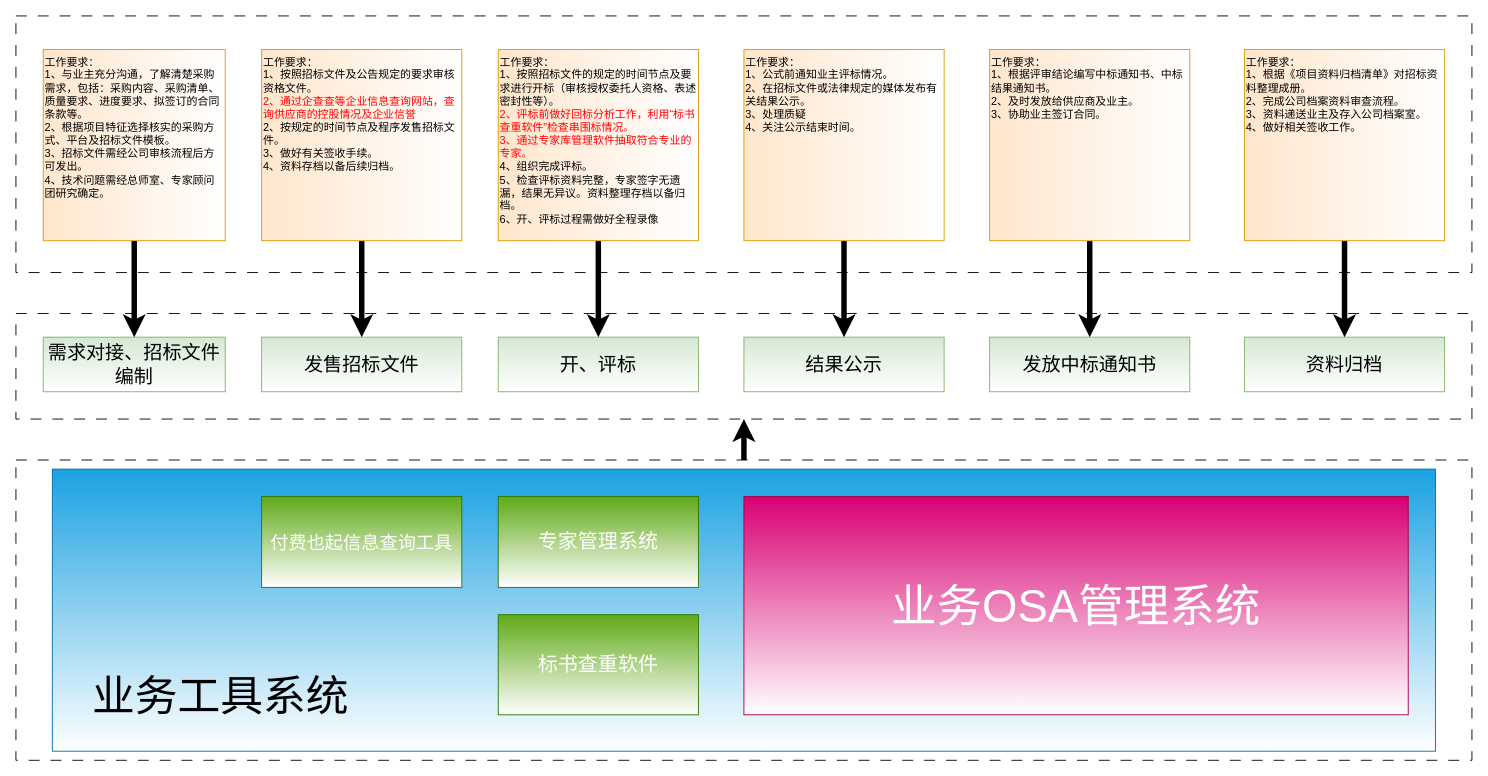
26awen/drawiofiles keeps this draw.io diagram as 控控图.drawio. Above is the earlier version. Source tidied: cells renumbered, new cells numbered last; positions are measured from the earlier drawing's top-left corner, leaving out a move shared by most shapes. Both pictures are drawn from the tidied source at 91%, with x=0, y=0 at pixel (15, 15).
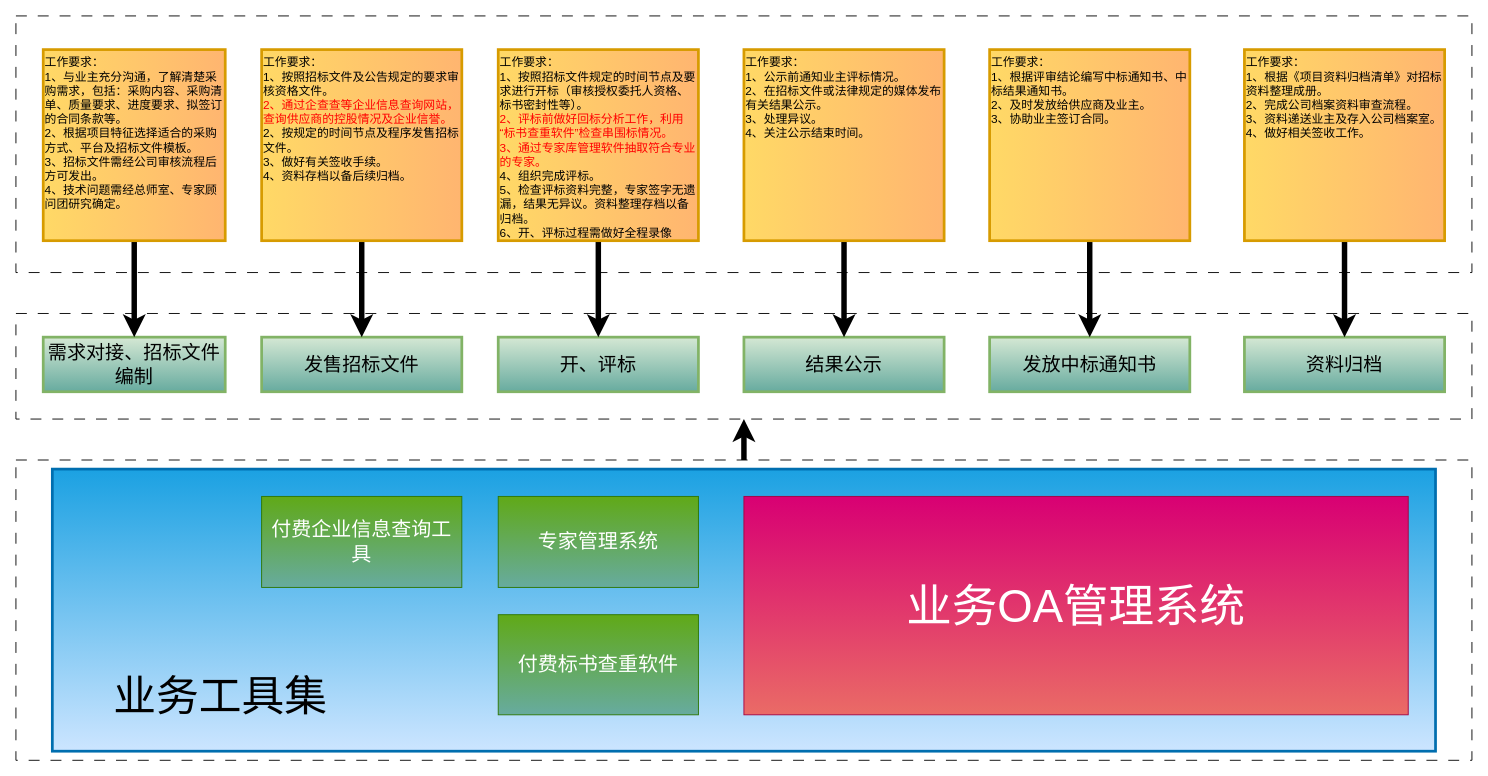
Above is the later version.

Commit message (it also covers changes not shown here):
更新控控图.drawio

Change to the diagram source:
```diff
@@
-    <mxCell id="4" value="需求对接、招标文件编制" style="rounded=0;whiteSpace=wrap;html=1;fontSize=21;fillStyle=zigzag-line;fillColor=#d5e8d4;strokeColor=#82b366;gradientColor=#FFFFFF;" parent="1" vertex="1">
+    <mxCell id="4" value="需求对接、招标文件编制" style="rounded=0;whiteSpace=wrap;html=1;fontSize=21;fillStyle=zigzag-line;fillColor=#d5e8d4;strokeColor=#82b366;gradientColor=#67AB9F;strokeWidth=3;" parent="1" vertex="1">
       <mxGeometry x="30" y="353" width="200" height="60" as="geometry" />
     </mxCell>
-    <mxCell id="5" value="发售招标文件" style="rounded=0;whiteSpace=wrap;html=1;fontSize=21;fillStyle=zigzag-line;fillColor=#d5e8d4;strokeColor=#82b366;gradientColor=#FFFFFF;" parent="1" vertex="1">
+    <mxCell id="5" value="发售招标文件" style="rounded=0;whiteSpace=wrap;html=1;fontSize=21;fillStyle=zigzag-line;fillColor=#d5e8d4;strokeColor=#82b366;gradientColor=#67AB9F;strokeWidth=3;" parent="1" vertex="1">
       <mxGeometry x="270" y="353" width="220" height="60" as="geometry" />
     </mxCell>
-    <mxCell id="6" value="开、评标" style="rounded=0;whiteSpace=wrap;html=1;fontSize=21;fillStyle=zigzag-line;fillColor=#d5e8d4;strokeColor=#82b366;gradientColor=#FFFFFF;" parent="1" vertex="1">
+    <mxCell id="6" value="开、评标" style="rounded=0;whiteSpace=wrap;html=1;fontSize=21;fillStyle=zigzag-line;fillColor=#d5e8d4;strokeColor=#82b366;gradientColor=#67AB9F;strokeWidth=3;" parent="1" vertex="1">
       <mxGeometry x="530" y="353" width="220" height="60" as="geometry" />
     </mxCell>
-    <mxCell id="7" value="结果公示" style="rounded=0;whiteSpace=wrap;html=1;fontSize=21;fillStyle=zigzag-line;fillColor=#d5e8d4;strokeColor=#82b366;gradientColor=#FFFFFF;" parent="1" vertex="1">
+    <mxCell id="7" value="结果公示" style="rounded=0;whiteSpace=wrap;html=1;fontSize=21;fillStyle=zigzag-line;fillColor=#d5e8d4;strokeColor=#82b366;gradientColor=#67AB9F;strokeWidth=3;" parent="1" vertex="1">
       <mxGeometry x="800" y="353" width="220" height="60" as="geometry" />
     </mxCell>
-    <mxCell id="8" value="发放中标通知书" style="rounded=0;whiteSpace=wrap;html=1;fontSize=21;fillColor=#d5e8d4;strokeColor=#82b366;fillStyle=zigzag-line;gradientColor=#FFFFFF;" parent="1" vertex="1">
+    <mxCell id="8" value="发放中标通知书" style="rounded=0;whiteSpace=wrap;html=1;fontSize=21;fillColor=#d5e8d4;strokeColor=#82b366;fillStyle=zigzag-line;gradientColor=#67AB9F;strokeWidth=3;" parent="1" vertex="1">
       <mxGeometry x="1070" y="353" width="220" height="60" as="geometry" />
     </mxCell>
@@
-    <mxCell id="10" value="&lt;div style=&quot;&quot;&gt;&lt;span style=&quot;background-color: initial;&quot;&gt;工作要求：&lt;/span&gt;&lt;/div&gt;1、与业主充分沟通，了解清楚采购需求，包括：采购内容、采购清单、质量要求、进度要求、拟签订的合同条款等。&lt;br&gt;2、根据项目特征选择核实的采购方式、平台及招标文件模板。&lt;br&gt;3、招标文件需经公司审核流程后方可发出。&lt;br&gt;4、技术问题需经总师室、专家顾问团研究确定。" style="rounded=0;whiteSpace=wrap;html=1;align=left;verticalAlign=top;fillColor=#ffe6cc;strokeColor=#d79b00;gradientDirection=east;gradientColor=#FFFFFF;" parent="1" vertex="1">
+    <mxCell id="10" value="&lt;div style=&quot;font-size: 13px;&quot;&gt;&lt;span style=&quot;background-color: initial; font-size: 13px;&quot;&gt;工作要求：&lt;/span&gt;&lt;/div&gt;1、与业主充分沟通，了解清楚采购需求，包括：采购内容、采购清单、质量要求、进度要求、拟签订的合同条款等。&lt;br style=&quot;font-size: 13px;&quot;&gt;2、根据项目特征选择适合的采购方式、平台及招标文件模板。&lt;br style=&quot;font-size: 13px;&quot;&gt;3、招标文件需经公司审核流程后方可发出。&lt;br style=&quot;font-size: 13px;&quot;&gt;4、技术问题需经总师室、专家顾问团研究确定。" style="rounded=0;whiteSpace=wrap;html=1;align=left;verticalAlign=top;fillColor=#FFD966;strokeColor=#d79b00;gradientDirection=east;gradientColor=#FFB570;fontSize=13;strokeWidth=3;" parent="1" vertex="1">
       <mxGeometry x="30" y="37" width="200" height="210" as="geometry" />
     </mxCell>
@@
-    <mxCell id="12" value="&lt;div style=&quot;&quot;&gt;&lt;span style=&quot;background-color: initial;&quot;&gt;工作要求：&lt;/span&gt;&lt;/div&gt;1、按照招标文件及公告规定的要求审核资格文件。&lt;br&gt;&lt;font color=&quot;#ff0000&quot;&gt;2、通过企查查等企业信息查询网站，查询供应商的控股情况及企业信誉&lt;/font&gt;&lt;br&gt;2、按规定的时间节点及程序发售招标文件。&lt;br&gt;3、做好有关签收手续。&lt;br&gt;4、资料存档以备后续归档。" style="rounded=0;whiteSpace=wrap;html=1;align=left;verticalAlign=top;fillColor=#ffe6cc;strokeColor=#d79b00;gradientDirection=east;gradientColor=#FFFFFF;" parent="1" vertex="1">
+    <mxCell id="12" value="&lt;div style=&quot;font-size: 13px;&quot;&gt;&lt;span style=&quot;background-color: initial; font-size: 13px;&quot;&gt;工作要求：&lt;/span&gt;&lt;/div&gt;1、按照招标文件及公告规定的要求审核资格文件。&lt;br style=&quot;font-size: 13px;&quot;&gt;&lt;font color=&quot;#ff0000&quot; style=&quot;font-size: 13px;&quot;&gt;2、通过企查查等企业信息查询网站，查询供应商的控股情况及企业信誉。&lt;/font&gt;&lt;br style=&quot;font-size: 13px;&quot;&gt;2、按规定的时间节点及程序发售招标文件。&lt;br style=&quot;font-size: 13px;&quot;&gt;3、做好有关签收手续。&lt;br style=&quot;font-size: 13px;&quot;&gt;4、资料存档以备后续归档。" style="rounded=0;whiteSpace=wrap;html=1;align=left;verticalAlign=top;fillColor=#FFD966;strokeColor=#d79b00;gradientDirection=east;gradientColor=#FFB570;fontSize=13;strokeWidth=3;" parent="1" vertex="1">
       <mxGeometry x="270" y="37" width="220" height="210" as="geometry" />
     </mxCell>
@@
-    <mxCell id="14" value="&lt;div style=&quot;&quot;&gt;&lt;span style=&quot;background-color: initial;&quot;&gt;工作要求：&lt;/span&gt;&lt;/div&gt;1、按照招标文件的规定的时间节点及要求进行开标（审核授权委托人资格、表述密封性等）。&lt;br&gt;&lt;font color=&quot;#ff0000&quot;&gt;2、评标前做好回标分析工作，利用“标书查重软件”检查串围标情况。&lt;/font&gt;&lt;br&gt;&lt;font color=&quot;#ff0000&quot;&gt;3、通过专家库管理软件抽取符合专业的专家。&lt;/font&gt;&lt;br&gt;4、组织完成评标。&lt;br&gt;5、检查评标资料完整，专家签字无遗漏，结果无异议。资料整理存档以备归档。&lt;br&gt;6、开、评标过程需做好全程录像" style="rounded=0;whiteSpace=wrap;html=1;align=left;verticalAlign=top;fillColor=#ffe6cc;strokeColor=#d79b00;gradientDirection=east;gradientColor=#FFFFFF;" parent="1" vertex="1">
+    <mxCell id="14" value="&lt;div style=&quot;font-size: 13px;&quot;&gt;&lt;span style=&quot;background-color: initial; font-size: 13px;&quot;&gt;工作要求：&lt;/span&gt;&lt;/div&gt;1、按照招标文件规定的时间节点及要求进行开标（审核授权委托人资格、标书密封性等）。&lt;br style=&quot;font-size: 13px;&quot;&gt;&lt;font color=&quot;#ff0000&quot; style=&quot;font-size: 13px;&quot;&gt;2、评标前做好回标分析工作，利用“标书查重软件”检查串围标情况。&lt;/font&gt;&lt;br style=&quot;font-size: 13px;&quot;&gt;&lt;font color=&quot;#ff0000&quot; style=&quot;font-size: 13px;&quot;&gt;3、通过专家库管理软件抽取符合专业的专家。&lt;/font&gt;&lt;br style=&quot;font-size: 13px;&quot;&gt;4、组织完成评标。&lt;br style=&quot;font-size: 13px;&quot;&gt;5、检查评标资料完整，专家签字无遗漏，结果无异议。资料整理存档以备归档。&lt;br style=&quot;font-size: 13px;&quot;&gt;6、开、评标过程需做好全程录像" style="rounded=0;whiteSpace=wrap;html=1;align=left;verticalAlign=top;fillColor=#FFD966;strokeColor=#d79b00;gradientDirection=east;gradientColor=#FFB570;fontSize=13;strokeWidth=3;" parent="1" vertex="1">
       <mxGeometry x="530" y="37" width="220" height="210" as="geometry" />
     </mxCell>
@@
-    <mxCell id="16" value="&lt;div style=&quot;&quot;&gt;&lt;span style=&quot;background-color: initial;&quot;&gt;工作要求：&lt;/span&gt;&lt;/div&gt;1、公式前通知业主评标情况。&lt;br&gt;2、在招标文件或法律规定的媒体发布有关结果公示。&lt;br&gt;3、处理质疑&lt;br&gt;4、关注公示结束时间。" style="rounded=0;whiteSpace=wrap;html=1;align=left;verticalAlign=top;fillColor=#ffe6cc;strokeColor=#d79b00;gradientDirection=east;gradientColor=#FFFFFF;" parent="1" vertex="1">
+    <mxCell id="16" value="&lt;div style=&quot;font-size: 13px;&quot;&gt;&lt;span style=&quot;background-color: initial; font-size: 13px;&quot;&gt;工作要求：&lt;/span&gt;&lt;/div&gt;1、公示前通知业主评标情况。&lt;br style=&quot;font-size: 13px;&quot;&gt;2、在招标文件或法律规定的媒体发布有关结果公示。&lt;br style=&quot;font-size: 13px;&quot;&gt;3、处理异议。&lt;br style=&quot;font-size: 13px;&quot;&gt;4、关注公示结束时间。" style="rounded=0;whiteSpace=wrap;html=1;align=left;verticalAlign=top;fillColor=#FFD966;strokeColor=#d79b00;gradientDirection=east;gradientColor=#FFB570;fontSize=13;strokeWidth=3;" parent="1" vertex="1">
       <mxGeometry x="800" y="37" width="220" height="210" as="geometry" />
     </mxCell>
-    <mxCell id="17" value="资料归档" style="rounded=0;whiteSpace=wrap;html=1;fontSize=21;fillStyle=zigzag-line;fillColor=#d5e8d4;strokeColor=#82b366;gradientColor=#FFFFFF;" parent="1" vertex="1">
+    <mxCell id="17" value="资料归档" style="rounded=0;whiteSpace=wrap;html=1;fontSize=21;fillStyle=zigzag-line;fillColor=#d5e8d4;strokeColor=#82b366;gradientColor=#67AB9F;strokeWidth=3;" parent="1" vertex="1">
       <mxGeometry x="1350" y="353" width="220" height="60" as="geometry" />
     </mxCell>
@@
-    <mxCell id="19" value="&lt;div style=&quot;&quot;&gt;&lt;span style=&quot;background-color: initial;&quot;&gt;工作要求：&lt;/span&gt;&lt;/div&gt;1、根据评审结论编写中标通知书、中标结果通知书。&lt;br&gt;2、及时发放给供应商及业主。&lt;br&gt;3、协助业主签订合同。" style="rounded=0;whiteSpace=wrap;html=1;align=left;verticalAlign=top;fillColor=#ffe6cc;strokeColor=#d79b00;gradientDirection=east;gradientColor=#FFFFFF;" parent="1" vertex="1">
+    <mxCell id="19" value="&lt;div style=&quot;font-size: 13px;&quot;&gt;&lt;span style=&quot;background-color: initial; font-size: 13px;&quot;&gt;工作要求：&lt;/span&gt;&lt;/div&gt;1、根据评审结论编写中标通知书、中标结果通知书。&lt;br style=&quot;font-size: 13px;&quot;&gt;2、及时发放给供应商及业主。&lt;br style=&quot;font-size: 13px;&quot;&gt;3、协助业主签订合同。" style="rounded=0;whiteSpace=wrap;html=1;align=left;verticalAlign=top;fillColor=#FFD966;strokeColor=#d79b00;gradientDirection=east;gradientColor=#FFB570;fontSize=13;strokeWidth=3;" parent="1" vertex="1">
       <mxGeometry x="1070" y="37" width="220" height="210" as="geometry" />
     </mxCell>
@@
-    <mxCell id="23" value="&lt;div style=&quot;&quot;&gt;&lt;span style=&quot;background-color: initial;&quot;&gt;工作要求：&lt;/span&gt;&lt;/div&gt;1、根据《项目资料归档清单》对招标资料整理成册。&lt;br&gt;2、完成公司档案资料审查流程。&lt;br&gt;3、资料递送业主及存入公司档案室。&lt;br&gt;4、做好相关签收工作。" style="rounded=0;whiteSpace=wrap;html=1;align=left;verticalAlign=top;fillColor=#ffe6cc;strokeColor=#d79b00;gradientDirection=east;gradientColor=#FFFFFF;" parent="1" vertex="1">
+    <mxCell id="23" value="&lt;div style=&quot;font-size: 13px;&quot;&gt;&lt;span style=&quot;background-color: initial; font-size: 13px;&quot;&gt;工作要求：&lt;/span&gt;&lt;/div&gt;1、根据《项目资料归档清单》对招标资料整理成册。&lt;br style=&quot;font-size: 13px;&quot;&gt;2、完成公司档案资料审查流程。&lt;br style=&quot;font-size: 13px;&quot;&gt;3、资料递送业主及存入公司档案室。&lt;br style=&quot;font-size: 13px;&quot;&gt;4、做好相关签收工作。" style="rounded=0;whiteSpace=wrap;html=1;align=left;verticalAlign=top;fillColor=#FFD966;strokeColor=#d79b00;gradientDirection=east;gradientColor=#FFB570;fontSize=13;strokeWidth=3;" parent="1" vertex="1">
       <mxGeometry x="1350" y="37" width="220" height="210" as="geometry" />
     </mxCell>
-    <mxCell id="24" style="rounded=0;whiteSpace=wrap;html=1;fillColor=#1ba1e2;strokeColor=#006EAF;fontColor=#ffffff;gradientColor=#FFFFFF;" parent="1" vertex="1">
+    <mxCell id="24" style="rounded=0;whiteSpace=wrap;html=1;fillColor=#1ba1e2;strokeColor=#006EAF;fontColor=#ffffff;gradientColor=#CCE5FF;strokeWidth=3;" parent="1" vertex="1">
       <mxGeometry x="40" y="498" width="1520" height="310" as="geometry" />
     </mxCell>
-    <mxCell id="25" value="&lt;font style=&quot;font-size: 20px;&quot;&gt;付费也起信息查询工具&lt;/font&gt;" style="rounded=0;whiteSpace=wrap;html=1;fillColor=#60a917;strokeColor=#2D7600;fontColor=#ffffff;fontSize=20;gradientColor=#FFFFFF;" parent="1" vertex="1">
+    <mxCell id="25" value="&lt;font style=&quot;font-size: 22px;&quot;&gt;付费企业信息查询工具&lt;/font&gt;" style="rounded=0;whiteSpace=wrap;html=1;fillColor=#60a917;strokeColor=#2D7600;fontColor=#ffffff;fontSize=22;gradientColor=#67AB9F;" parent="1" vertex="1">
       <mxGeometry x="270" y="528" width="220" height="100" as="geometry" />
     </mxCell>
-    <mxCell id="26" value="专家管理系统" style="rounded=0;whiteSpace=wrap;html=1;fillColor=#60a917;strokeColor=#2D7600;fontColor=#ffffff;fontSize=22;gradientColor=#FFFFFF;" parent="1" vertex="1">
+    <mxCell id="26" value="专家管理系统" style="rounded=0;whiteSpace=wrap;html=1;fillColor=#60a917;strokeColor=#2D7600;fontColor=#ffffff;fontSize=22;gradientColor=#67AB9F;" parent="1" vertex="1">
       <mxGeometry x="530" y="528" width="220" height="100" as="geometry" />
     </mxCell>
-    <mxCell id="27" value="标书查重软件" style="rounded=0;whiteSpace=wrap;html=1;fillColor=#60a917;strokeColor=#2D7600;fontColor=#ffffff;fontSize=22;gradientColor=#FFFFFF;" parent="1" vertex="1">
+    <mxCell id="27" value="付费标书查重软件" style="rounded=0;whiteSpace=wrap;html=1;fillColor=#60a917;strokeColor=#2D7600;fontColor=#ffffff;fontSize=22;gradientColor=#67AB9F;" parent="1" vertex="1">
       <mxGeometry x="530" y="658" width="220" height="110" as="geometry" />
     </mxCell>
-    <mxCell id="28" value="&lt;font style=&quot;font-size: 50px;&quot;&gt;业务OSA管理系统&lt;br&gt;&lt;/font&gt;" style="rounded=0;whiteSpace=wrap;html=1;fillColor=#d80073;fontColor=#ffffff;strokeColor=#A50040;gradientColor=#FFFFFF;" parent="1" vertex="1">
+    <mxCell id="28" value="&lt;font style=&quot;font-size: 50px;&quot;&gt;业务OA管理系统&lt;br&gt;&lt;/font&gt;" style="rounded=0;whiteSpace=wrap;html=1;fillColor=#d80073;fontColor=#ffffff;strokeColor=#A50040;gradientColor=#EA6B66;" parent="1" vertex="1">
       <mxGeometry x="800" y="528" width="730" height="240" as="geometry" />
     </mxCell>
-    <mxCell id="29" value="业务工具系统" style="rounded=0;whiteSpace=wrap;html=1;fontSize=47;gradientColor=none;fillStyle=solid;opacity=0;fontColor=#000000;" parent="1" vertex="1">
+    <mxCell id="29" value="业务工具集" style="rounded=0;whiteSpace=wrap;html=1;fontSize=47;gradientColor=none;fillStyle=solid;opacity=0;fontColor=#000000;" parent="1" vertex="1">
       <mxGeometry x="80" y="718" width="290" height="60" as="geometry" />
     </mxCell>
```
